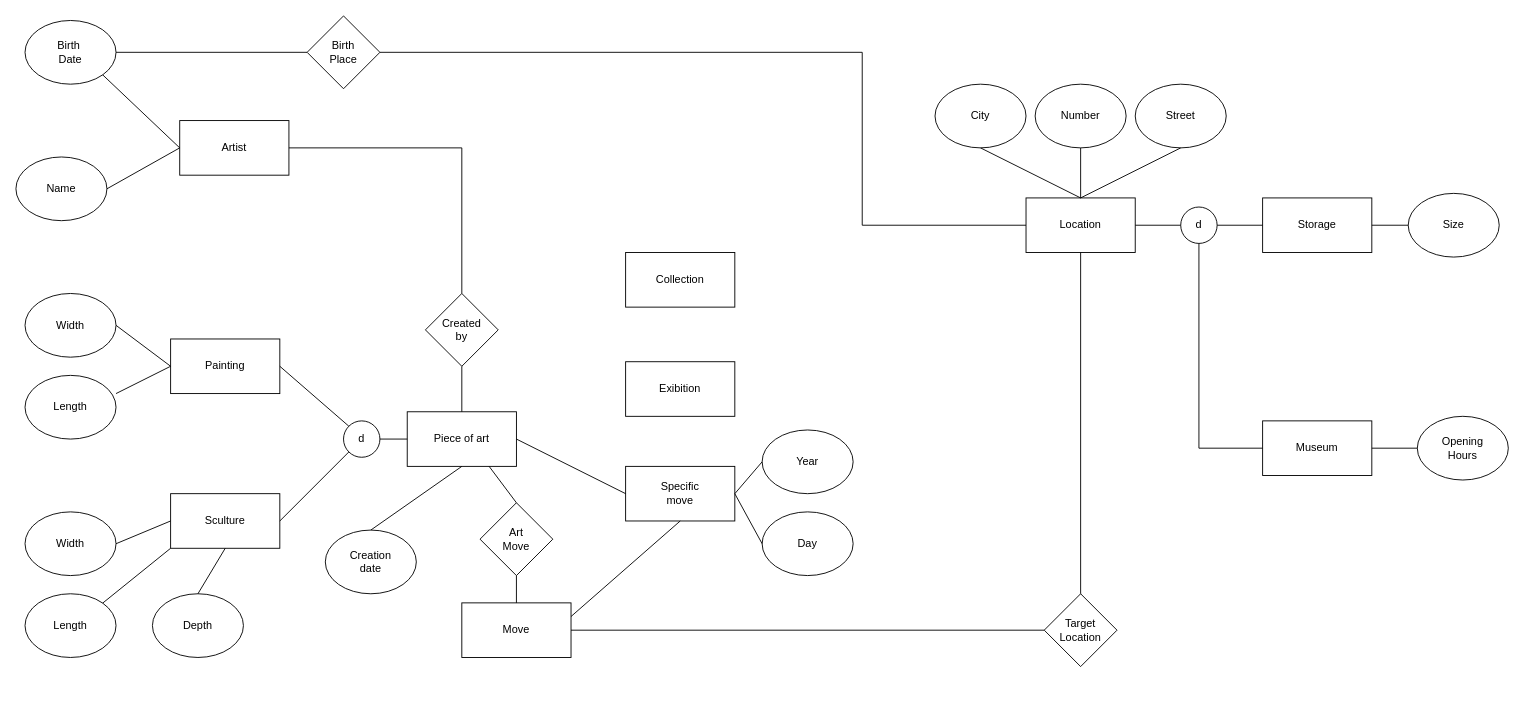
This is q1/erchen-p1.drawio from Arthur-Gallez/db-p1, a draw.io file, before an edit. Source tidied: cells renumbered, new cells numbered last; positions are measured from the earlier drawing's top-left corner, leaving out a move shared by most shapes. Both pictures are drawn from the tidied source at 91%, with x=0, y=0 at pixel (15, 15).
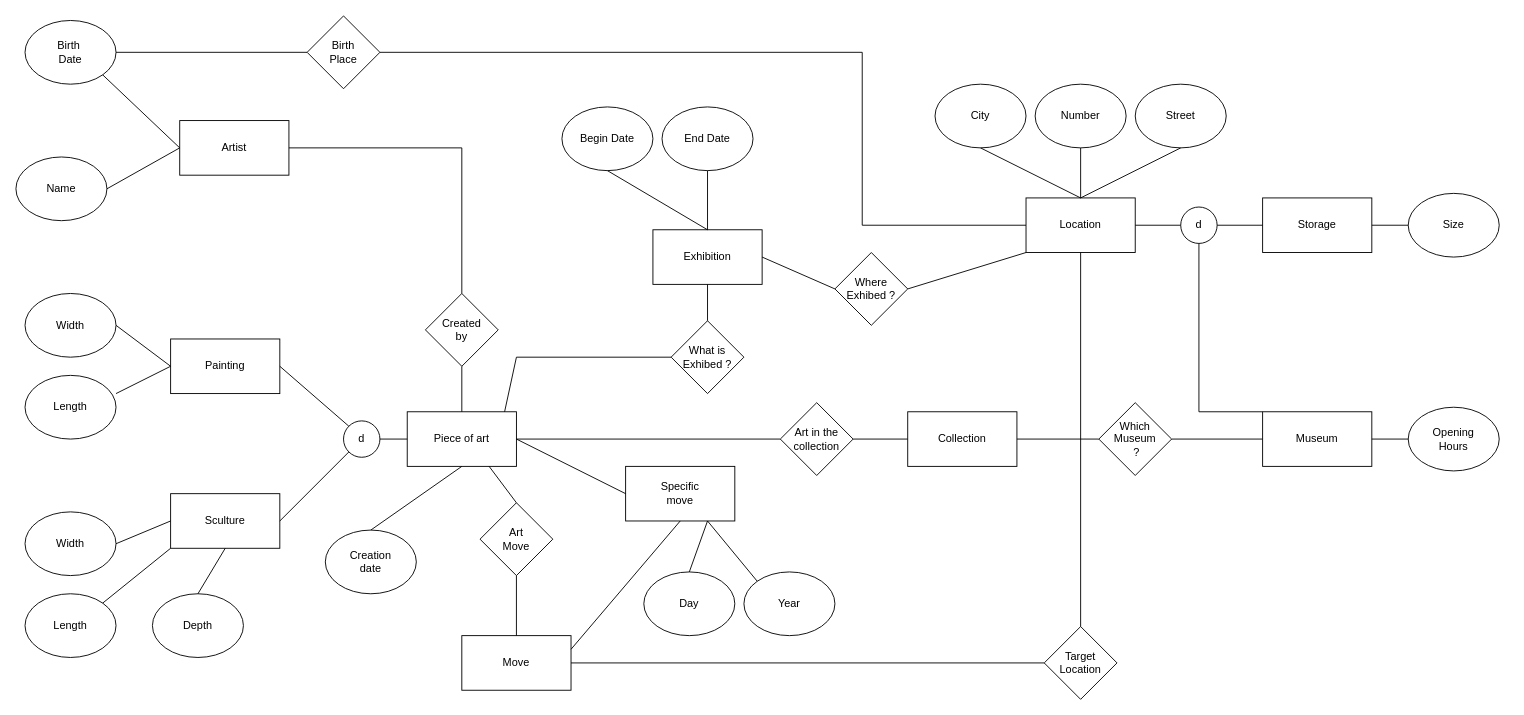
The same page after the edit.

Unchanged cells that the change refers to:
```xml
<mxCell id="3" value="&lt;div&gt;Piece of art&lt;/div&gt;" style="rounded=0;whiteSpace=wrap;html=1;" parent="1" vertex="1">
  <mxGeometry x="430" y="435" width="120" height="60" as="geometry" />
</mxCell>
<mxCell id="5" value="Location" style="rounded=0;whiteSpace=wrap;html=1;" parent="1" vertex="1">
  <mxGeometry x="1110" y="200" width="120" height="60" as="geometry" />
</mxCell>
<mxCell id="7" value="&lt;div&gt;Specific&lt;/div&gt;&lt;div&gt;move&lt;br&gt;&lt;/div&gt;" style="rounded=0;whiteSpace=wrap;html=1;" parent="1" vertex="1">
  <mxGeometry x="670" y="495" width="120" height="60" as="geometry" />
</mxCell>
<mxCell id="57" value="d" style="ellipse;whiteSpace=wrap;html=1;" parent="1" vertex="1">
  <mxGeometry x="1280" y="210" width="40" height="40" as="geometry" />
</mxCell>
```

The edit, as a diff of the source:
```diff
@@
     <mxCell id="4" value="Museum" style="rounded=0;whiteSpace=wrap;html=1;" parent="1" vertex="1">
-      <mxGeometry x="1370" y="445" width="120" height="60" as="geometry" />
+      <mxGeometry x="1370" y="435" width="120" height="60" as="geometry" />
     </mxCell>
@@
     <mxCell id="6" value="Move" style="rounded=0;whiteSpace=wrap;html=1;" parent="1" vertex="1">
-      <mxGeometry x="490" y="645" width="120" height="60" as="geometry" />
+      <mxGeometry x="490" y="681" width="120" height="60" as="geometry" />
     </mxCell>
@@
-    <mxCell id="9" value="Exibition" style="rounded=0;whiteSpace=wrap;html=1;" parent="1" vertex="1">
-      <mxGeometry x="670" y="380" width="120" height="60" as="geometry" />
+    <mxCell id="9" value="Exhibition" style="rounded=0;whiteSpace=wrap;html=1;" parent="1" vertex="1">
+      <mxGeometry x="700" y="235" width="120" height="60" as="geometry" />
     </mxCell>
     <mxCell id="10" value="Collection" style="rounded=0;whiteSpace=wrap;html=1;" parent="1" vertex="1">
-      <mxGeometry x="670" y="260" width="120" height="60" as="geometry" />
+      <mxGeometry x="980" y="435" width="120" height="60" as="geometry" />
     </mxCell>
@@
     <mxCell id="42" value="Target Location" style="rhombus;whiteSpace=wrap;html=1;" parent="1" vertex="1">
-      <mxGeometry x="1130" y="635" width="80" height="80" as="geometry" />
+      <mxGeometry x="1130" y="671" width="80" height="80" as="geometry" />
     </mxCell>
@@
     <mxCell id="53" value="Day" style="ellipse;whiteSpace=wrap;html=1;" parent="1" vertex="1">
-      <mxGeometry x="820" y="545" width="100" height="70" as="geometry" />
+      <mxGeometry x="690" y="611" width="100" height="70" as="geometry" />
     </mxCell>
     <mxCell id="54" value="Year" style="ellipse;whiteSpace=wrap;html=1;" parent="1" vertex="1">
-      <mxGeometry x="820" y="455" width="100" height="70" as="geometry" />
+      <mxGeometry x="800" y="611" width="100" height="70" as="geometry" />
     </mxCell>
-    <mxCell id="55" style="endArrow=none;html=1;rounded=0;entryX=0;entryY=0.5;entryDx=0;entryDy=0;exitX=1;exitY=0.5;exitDx=0;exitDy=0;" parent="1" edge="1" source="7" target="54">
+    <mxCell id="55" style="endArrow=none;html=1;rounded=0;entryX=0;entryY=0;entryDx=0;entryDy=0;exitX=0.75;exitY=1;exitDx=0;exitDy=0;" parent="1" edge="1" source="7" target="54">
       <mxGeometry relative="1" as="geometry" />
     </mxCell>
-    <mxCell id="56" style="endArrow=none;html=1;rounded=0;entryX=0;entryY=0.5;entryDx=0;entryDy=0;exitX=1;exitY=0.5;exitDx=0;exitDy=0;" parent="1" edge="1" source="7" target="53">
+    <mxCell id="56" style="endArrow=none;html=1;rounded=0;entryX=0.5;entryY=0;entryDx=0;entryDy=0;exitX=0.75;exitY=1;exitDx=0;exitDy=0;" parent="1" edge="1" source="7" target="53">
       <mxGeometry relative="1" as="geometry" />
     </mxCell>
@@
     <mxCell id="59" value="&lt;div&gt;Opening&lt;/div&gt;&lt;div&gt;Hours&lt;br&gt;&lt;/div&gt;" style="ellipse;whiteSpace=wrap;html=1;" parent="1" vertex="1">
-      <mxGeometry x="1540" y="440" width="100" height="70" as="geometry" />
+      <mxGeometry x="1530" y="430" width="100" height="70" as="geometry" />
     </mxCell>
@@
-    <mxCell id="62" style="endArrow=none;html=1;rounded=0;entryX=0;entryY=0.5;entryDx=0;entryDy=0;exitX=0.5;exitY=1;exitDx=0;exitDy=0;" parent="1" edge="1" source="57" target="4">
+    <mxCell id="62" style="endArrow=none;html=1;rounded=0;entryX=0;entryY=0;entryDx=0;entryDy=0;exitX=0.5;exitY=1;exitDx=0;exitDy=0;" parent="1" edge="1" source="57" target="4">
       <mxGeometry relative="1" as="geometry">
         <Array as="points">
-          <mxPoint x="1300" y="475" />
+          <mxPoint x="1300" y="435" />
         </Array>
       </mxGeometry>
     </mxCell>
@@
+    <mxCell id="65" value="Art in the collection" style="rhombus;whiteSpace=wrap;html=1;" parent="1" vertex="1">
+      <mxGeometry x="840" y="425" width="80" height="80" as="geometry" />
+    </mxCell>
+    <mxCell id="66" style="endArrow=none;html=1;rounded=0;exitX=0;exitY=0.5;exitDx=0;exitDy=0;entryX=1;entryY=0.5;entryDx=0;entryDy=0;" parent="1" edge="1" source="10" target="65">
+      <mxGeometry relative="1" as="geometry" />
+    </mxCell>
+    <mxCell id="67" style="endArrow=none;html=1;rounded=0;exitX=1;exitY=0.5;exitDx=0;exitDy=0;entryX=0;entryY=0.5;entryDx=0;entryDy=0;" parent="1" edge="1" source="3" target="65">
+      <mxGeometry relative="1" as="geometry" />
+    </mxCell>
+    <mxCell id="68" value="&lt;div&gt;Which&lt;/div&gt;&lt;div&gt;Museum&lt;br&gt;&lt;/div&gt;&amp;nbsp;?" style="rhombus;whiteSpace=wrap;html=1;" parent="1" vertex="1">
+      <mxGeometry x="1190" y="425" width="80" height="80" as="geometry" />
+    </mxCell>
+    <mxCell id="69" style="endArrow=none;html=1;rounded=0;exitX=1;exitY=0.5;exitDx=0;exitDy=0;entryX=0;entryY=0.5;entryDx=0;entryDy=0;" parent="1" edge="1" source="10" target="68">
+      <mxGeometry relative="1" as="geometry" />
+    </mxCell>
+    <mxCell id="70" style="endArrow=none;html=1;rounded=0;exitX=1;exitY=0.5;exitDx=0;exitDy=0;entryX=0;entryY=0.5;entryDx=0;entryDy=0;" parent="1" edge="1" source="68" target="4">
+      <mxGeometry relative="1" as="geometry" />
+    </mxCell>
+    <mxCell id="71" value="Begin Date" style="ellipse;whiteSpace=wrap;html=1;" parent="1" vertex="1">
+      <mxGeometry x="600" y="100" width="100" height="70" as="geometry" />
+    </mxCell>
+    <mxCell id="72" value="End Date" style="ellipse;whiteSpace=wrap;html=1;" parent="1" vertex="1">
+      <mxGeometry x="710" y="100" width="100" height="70" as="geometry" />
+    </mxCell>
+    <mxCell id="73" style="endArrow=none;html=1;rounded=0;entryX=0.5;entryY=0;entryDx=0;entryDy=0;exitX=0.5;exitY=1;exitDx=0;exitDy=0;" parent="1" edge="1" source="71" target="9">
+      <mxGeometry relative="1" as="geometry" />
+    </mxCell>
+    <mxCell id="74" style="endArrow=none;html=1;rounded=0;entryX=0.5;entryY=0;entryDx=0;entryDy=0;exitX=0.5;exitY=1;exitDx=0;exitDy=0;" parent="1" edge="1" source="72" target="9">
+      <mxGeometry relative="1" as="geometry" />
+    </mxCell>
+    <mxCell id="75" value="&lt;div&gt;What is &lt;br&gt;&lt;/div&gt;&lt;div&gt;Exhibed ?&lt;br&gt;&lt;/div&gt;" style="rhombus;whiteSpace=wrap;html=1;" parent="1" vertex="1">
+      <mxGeometry x="720" y="335" width="80" height="80" as="geometry" />
+    </mxCell>
+    <mxCell id="76" style="endArrow=none;html=1;rounded=0;exitX=0.5;exitY=0;exitDx=0;exitDy=0;entryX=0.5;entryY=1;entryDx=0;entryDy=0;" parent="1" edge="1" source="75" target="9">
+      <mxGeometry relative="1" as="geometry" />
+    </mxCell>
+    <mxCell id="77" style="endArrow=none;html=1;rounded=0;entryX=0;entryY=0.5;entryDx=0;entryDy=0;" parent="1" edge="1" target="75">
+      <mxGeometry relative="1" as="geometry">
+        <mxPoint x="537" y="435" as="sourcePoint" />
+        <Array as="points">
+          <mxPoint x="550" y="375" />
+        </Array>
+      </mxGeometry>
+    </mxCell>
+    <mxCell id="78" value="&lt;div&gt;Where&lt;/div&gt;&lt;div&gt;Exhibed ?&lt;br&gt;&lt;/div&gt;" style="rhombus;whiteSpace=wrap;html=1;" parent="1" vertex="1">
+      <mxGeometry x="900" y="260" width="80" height="80" as="geometry" />
+    </mxCell>
+    <mxCell id="79" style="endArrow=none;html=1;rounded=0;entryX=0;entryY=0.5;entryDx=0;entryDy=0;exitX=1;exitY=0.5;exitDx=0;exitDy=0;" parent="1" edge="1" source="9" target="78">
+      <mxGeometry relative="1" as="geometry" />
+    </mxCell>
+    <mxCell id="80" style="endArrow=none;html=1;rounded=0;entryX=0;entryY=1;entryDx=0;entryDy=0;exitX=1;exitY=0.5;exitDx=0;exitDy=0;" parent="1" edge="1" source="78" target="5">
+      <mxGeometry relative="1" as="geometry" />
+    </mxCell>
```
